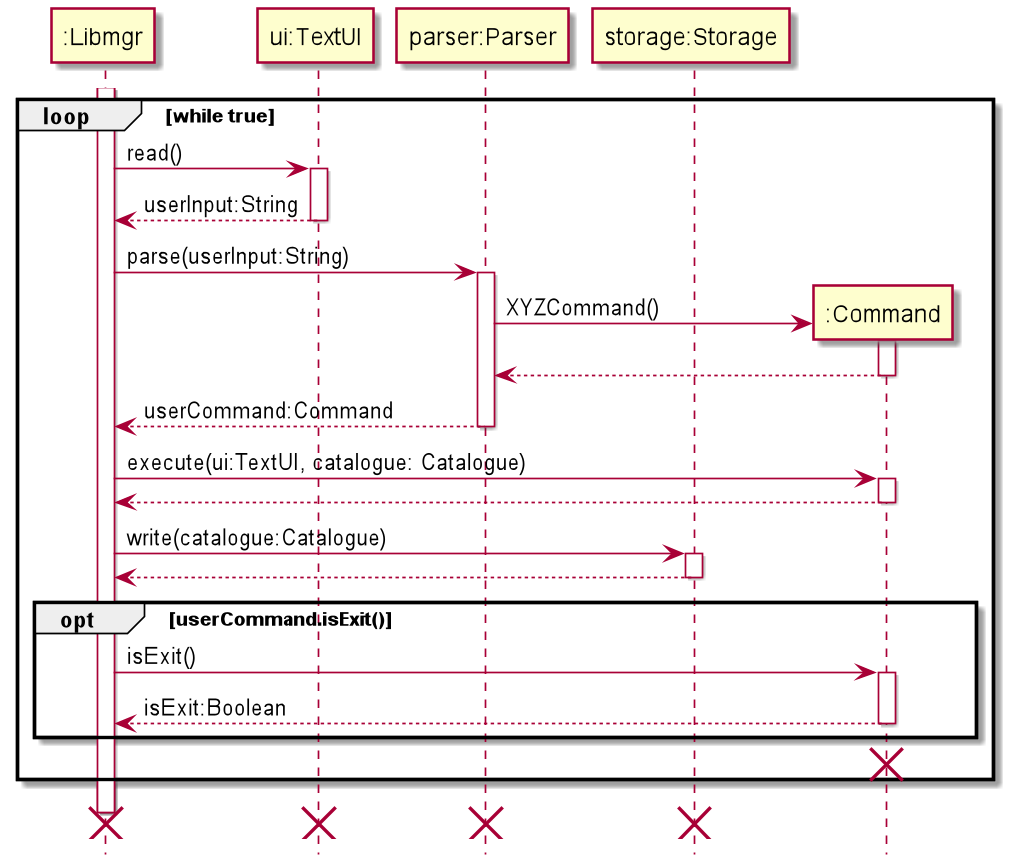
Above: docs/img/ComponentInteractionSequenceDiagram.png in nus-cs2113-AY2122S1/tp (PlantUML), before the change. The source it was exported from:
```plantuml
@startuml
hide footbox

Participant ":Libmgr" as libmgr
Participant "ui:TextUI" as ui
Participant "parser:Parser" as parser
Participant "storage:Storage" as storage
Participant ":Command" as cmd

activate libmgr

loop while true
    libmgr -> ui:read()
    activate ui
    return userInput:String

    libmgr -> parser:parse(userInput:String)
    activate parser

    create cmd
    parser -> cmd:XYZCommand()
    activate cmd
    return

    return userCommand:Command

    libmgr -> cmd:execute(ui:TextUI, catalogue: Catalogue)
    activate cmd
    return

    libmgr -> storage:write(catalogue:Catalogue)
    activate storage
    return


    opt userCommand.isExit()
        libmgr -> cmd:isExit()
        activate cmd
        return isExit:Boolean
    end
    destroy cmd
end

libmgr --[hidden]> libmgr
destroy libmgr
destroy ui
destroy parser
destroy storage
@enduml
```
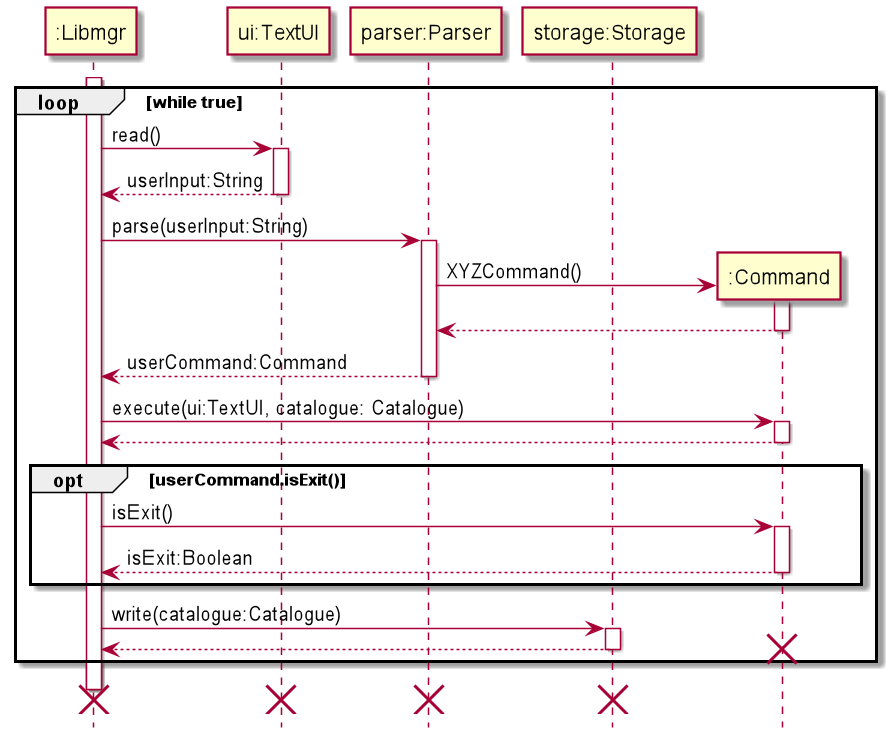
The same diagram one commit later.

Commit message:
Add storage implementation documentation to dev guide

Diff of the diagram source:
```diff
@@ -28,16 +28,16 @@
     activate cmd
     return
 
-    libmgr -> storage:write(catalogue:Catalogue)
-    activate storage
-    return
-
-
     opt userCommand.isExit()
         libmgr -> cmd:isExit()
         activate cmd
         return isExit:Boolean
     end
+
+    libmgr -> storage:write(catalogue:Catalogue)
+    activate storage
+    return
+
     destroy cmd
 end
 
```
